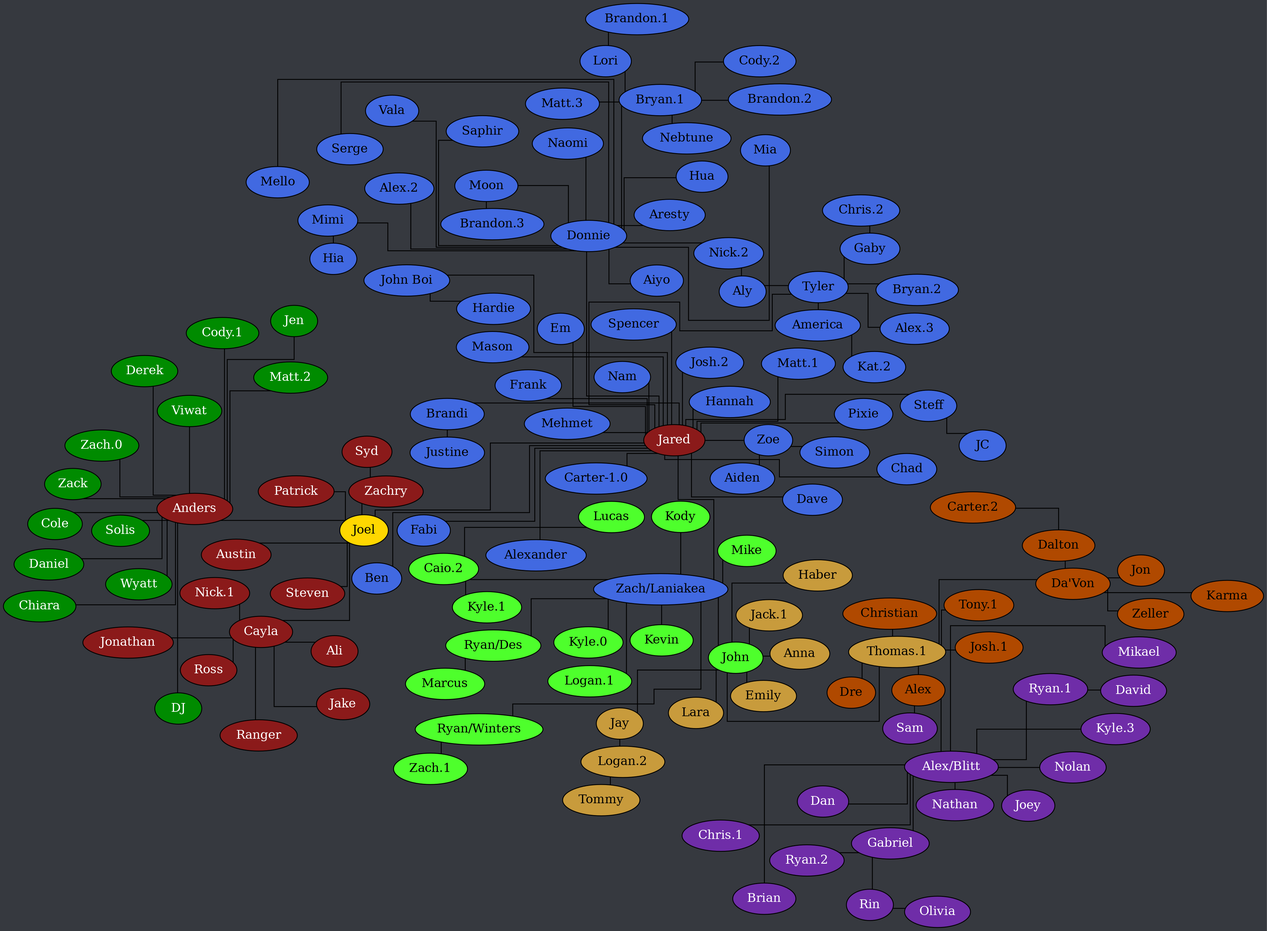
The Graphviz diagram tree.png in Documidas/CoronaCatzFamilyTree, before a commit. Its source is kept beside it as tree.dot.
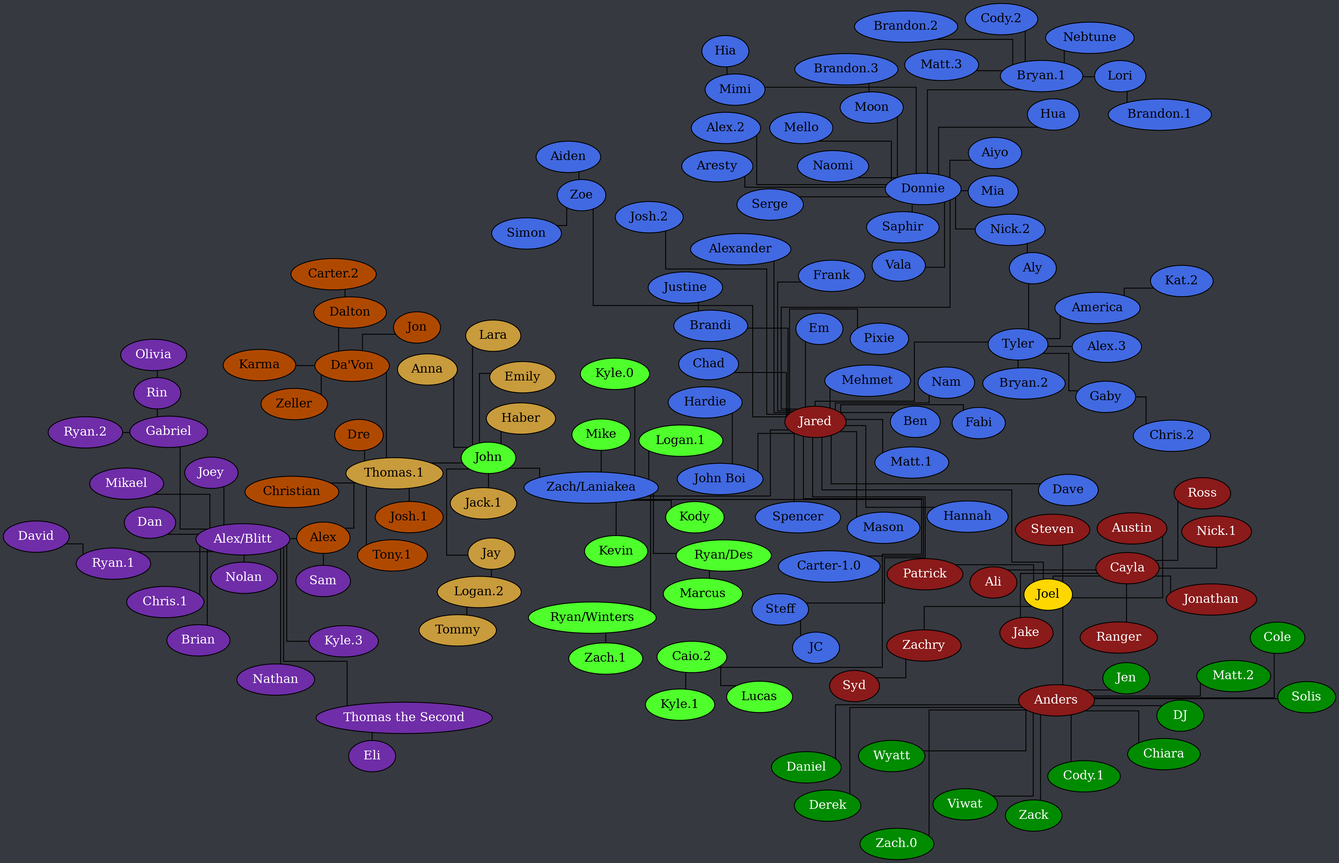
After the change.

Commit message:
Add Thomas the Second, Eli

What changed in the source:
```diff
@@ -175,9 +175,11 @@
 		"Alex/Blitt" -- Nathan;
 		"Alex/Blitt" -- Nolan;
 		"Alex/Blitt" -- "Ryan.1";
+		"Alex/Blitt" -- "Thomas the Second";
 		Gabriel -- Rin;
 		Gabriel -- "Ryan.2";
 		Rin -- Olivia;
 		"Ryan.1" -- David;
+		"Thomas the Second" -- Eli;
 	}
 }
```
